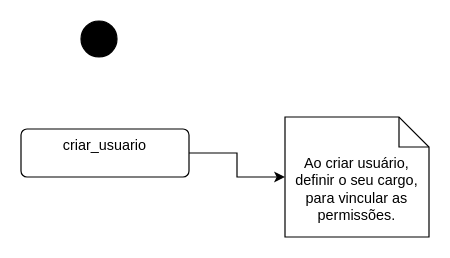
Above: diagramas/Fluxo_Caixa.drawio in arthurrogado/fluxocaixa (draw.io), before the change. Source tidied: cells renumbered, new cells numbered last; positions are measured from the earlier drawing's top-left corner, leaving out a move shared by most shapes. Both pictures are drawn from the tidied source at 120%, with x=0, y=0 at pixel (20, 20).
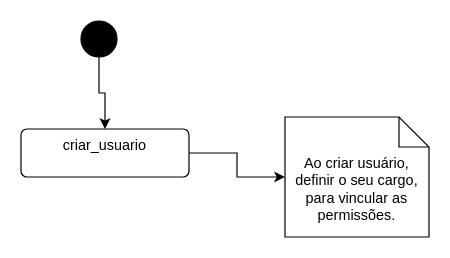
The same page after the edit.

What changed in the source:
```diff
@@
 <mxGraphModel>
   <root>
     <mxCell id="0" />
     <mxCell id="1" parent="0" />
+    <mxCell id="6" style="edgeStyle=orthogonalEdgeStyle;rounded=0;jettySize=auto;html=1;" parent="1" edge="1" source="2" target="4">
+      <mxGeometry relative="1" as="geometry" />
+    </mxCell>
     <mxCell id="2" style="ellipse;fillColor=strokeColor;html=1;" parent="1" vertex="1">
       <mxGeometry x="50" width="30" height="30" as="geometry" />
     </mxCell>
     <mxCell id="3" style="edgeStyle=orthogonalEdgeStyle;rounded=0;jettySize=auto;html=1;" parent="1" edge="1" source="4" target="5">
       <mxGeometry relative="1" as="geometry" />
     </mxCell>
     <mxCell id="4" value="criar_usuario" style="html=1;align=center;verticalAlign=top;rounded=1;absoluteArcSize=1;arcSize=10;dashed=0;whiteSpace=wrap;" parent="1" vertex="1">
       <mxGeometry y="90" width="140" height="40" as="geometry" />
     </mxCell>
     <mxCell id="5" value="Ao criar usuário, definir o seu cargo, para vincular as permissões." style="shape=note2;boundedLbl=1;whiteSpace=wrap;html=1;size=25;verticalAlign=top;align=center;" parent="1" vertex="1">
       <mxGeometry x="220" y="80" width="120" height="100" as="geometry" />
     </mxCell>
   </root>
 </mxGraphModel>
```
